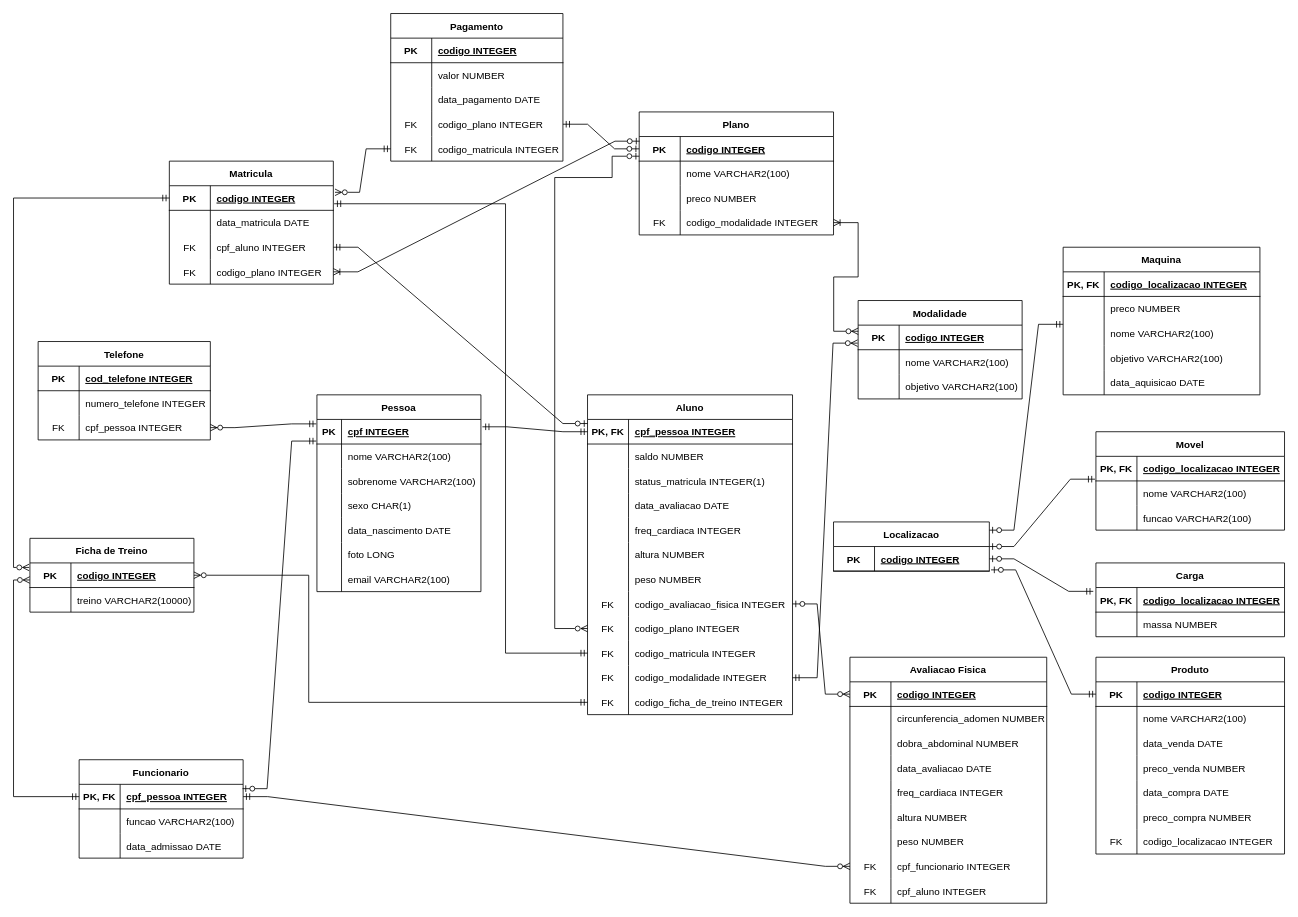
Above: GymDataBaseModel.drawio in williamdistler/GymDataBaseModel (draw.io), before the change. Source tidied: cells renumbered, new cells numbered last; positions are measured from the earlier drawing's top-left corner, leaving out a move shared by most shapes. Both pictures are drawn from the tidied source at 82%, with x=0, y=0 at pixel (30, 13).
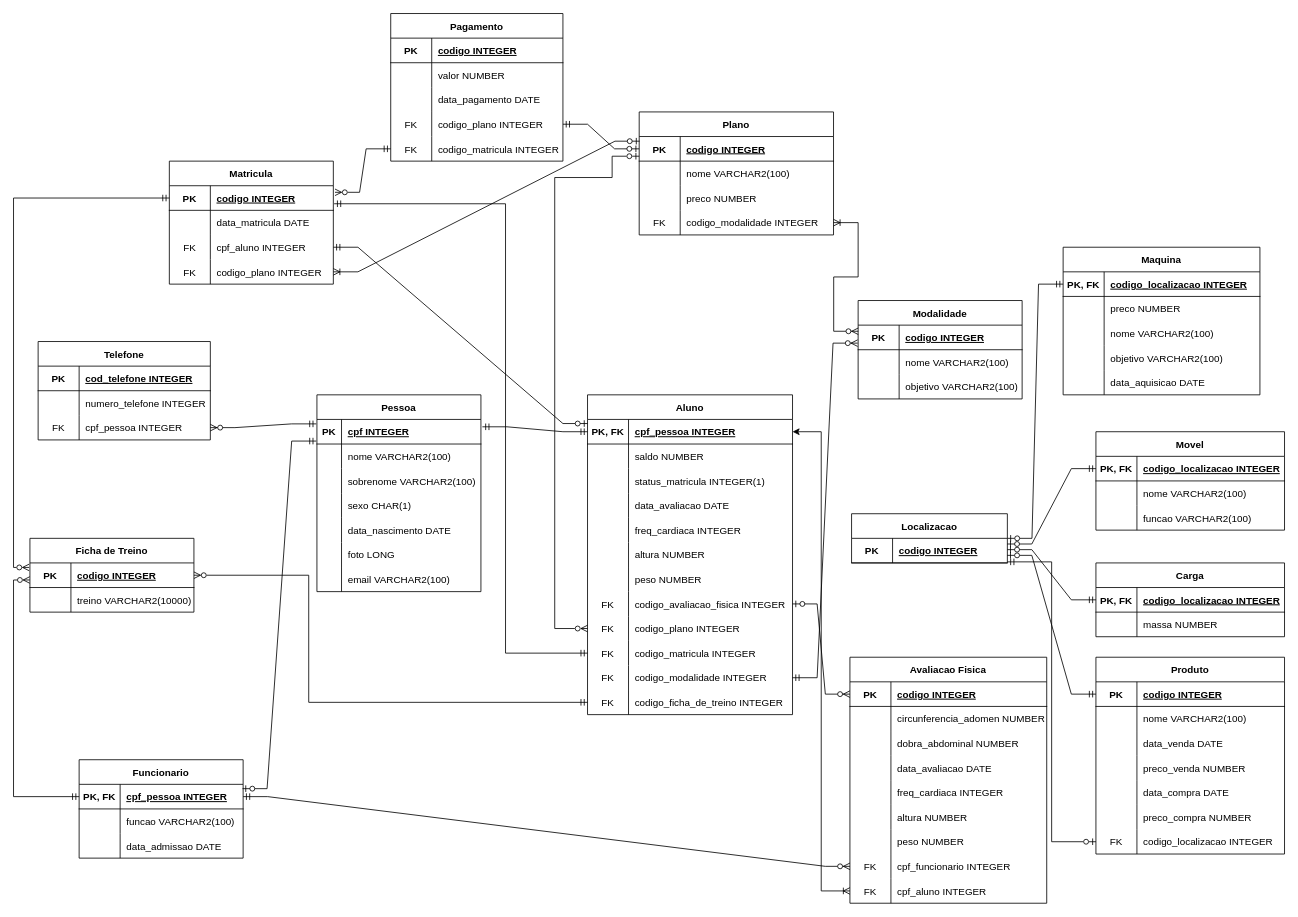
The same diagram, later.

Commit message:
FIX: Correções de tabelas e relacionamentos.

Unchanged cells that the change refers to:
```xml
<mxCell id="70" style="shape=tableRow;horizontal=0;startSize=0;swimlaneHead=0;swimlaneBody=0;fillColor=none;points=[[0,0.5],[1,0.5]];portConstraint=eastwest;top=0;left=0;right=0;bottom=0;" parent="45" vertex="1">
  <mxGeometry y="270" width="240" height="30" as="geometry" />
</mxCell>
<mxCell id="75" style="shape=tableRow;horizontal=0;startSize=0;swimlaneHead=0;swimlaneBody=0;fillColor=none;points=[[0,0.5],[1,0.5]];portConstraint=eastwest;top=0;left=0;right=0;bottom=1;" parent="74" vertex="1">
  <mxGeometry y="30" width="250" height="30" as="geometry" />
</mxCell>
<mxCell id="180" style="shape=tableRow;horizontal=0;startSize=0;swimlaneHead=0;swimlaneBody=0;fillColor=none;points=[[0,0.5],[1,0.5]];portConstraint=eastwest;top=0;left=0;right=0;bottom=1;" parent="179" vertex="1">
  <mxGeometry y="30" width="190" height="30" as="geometry" />
</mxCell>
<mxCell id="184" style="shape=tableRow;horizontal=0;startSize=0;swimlaneHead=0;swimlaneBody=0;fillColor=none;points=[[0,0.5],[1,0.5]];portConstraint=eastwest;top=0;left=0;right=0;bottom=1;" parent="183" vertex="1">
  <mxGeometry y="30" width="230" height="30" as="geometry" />
</mxCell>
<mxCell id="202" style="shape=tableRow;horizontal=0;startSize=0;swimlaneHead=0;swimlaneBody=0;fillColor=none;points=[[0,0.5],[1,0.5]];portConstraint=eastwest;top=0;left=0;right=0;bottom=0;" parent="183" vertex="1">
  <mxGeometry y="210" width="230" height="30" as="geometry" />
</mxCell>
<mxCell id="207" style="shape=tableRow;horizontal=0;startSize=0;swimlaneHead=0;swimlaneBody=0;fillColor=none;points=[[0,0.5],[1,0.5]];portConstraint=eastwest;top=0;left=0;right=0;bottom=1;" parent="206" vertex="1">
  <mxGeometry y="30" width="240" height="30" as="geometry" />
</mxCell>
<mxCell id="213" style="shape=tableRow;horizontal=0;startSize=0;swimlaneHead=0;swimlaneBody=0;fillColor=none;points=[[0,0.5],[1,0.5]];portConstraint=eastwest;top=0;left=0;right=0;bottom=0;" parent="206" vertex="1">
  <mxGeometry y="90" width="240" height="30" as="geometry" />
</mxCell>
<mxCell id="224" style="shape=tableRow;horizontal=0;startSize=0;swimlaneHead=0;swimlaneBody=0;fillColor=none;points=[[0,0.5],[1,0.5]];portConstraint=eastwest;top=0;left=0;right=0;bottom=1;" parent="223" vertex="1">
  <mxGeometry y="30" width="230" height="30" as="geometry" />
</mxCell>
<mxCell id="232" style="shape=tableRow;horizontal=0;startSize=0;swimlaneHead=0;swimlaneBody=0;fillColor=none;points=[[0,0.5],[1,0.5]];portConstraint=eastwest;top=0;left=0;right=0;bottom=1;" parent="231" vertex="1">
  <mxGeometry y="30" width="230" height="30" as="geometry" />
</mxCell>
```

Change to the diagram source:
```diff
@@
     <mxCell id="179" value="Localizacao" style="shape=table;startSize=30;childLayout=tableLayout;rowLines=0;fontStyle=1;align=center;" parent="1" vertex="1">
-      <mxGeometry x="980" y="620" width="190" height="60" as="geometry" />
+      <mxGeometry x="1002" y="610" width="190" height="60" as="geometry" />
     </mxCell>
@@
-    <mxCell id="205" style="edgeStyle=entityRelationEdgeStyle;fontSize=12;html=1;endArrow=ERzeroToOne;startArrow=ERmandOne;rounded=0;entryX=1.011;entryY=0.949;entryDx=0;entryDy=0;exitX=0;exitY=0.5;exitDx=0;exitDy=0;entryPerimeter=0;" parent="1" edge="1" source="184" target="180">
+    <mxCell id="205" style="edgeStyle=entityRelationEdgeStyle;fontSize=12;html=1;endArrow=ERzeroToOne;startArrow=ERmandOne;rounded=0;entryX=0.999;entryY=0.692;entryDx=0;entryDy=0;exitX=0;exitY=0.5;exitDx=0;exitDy=0;entryPerimeter=0;" parent="1" edge="1" source="184" target="180">
       <mxGeometry relative="1" as="geometry" />
     </mxCell>
@@
-    <mxCell id="222" style="edgeStyle=entityRelationEdgeStyle;fontSize=12;html=1;endArrow=ERzeroToOne;startArrow=ERmandOne;rounded=0;exitX=0;exitY=0.133;exitDx=0;exitDy=0;entryX=1;entryY=0.167;entryDx=0;entryDy=0;entryPerimeter=0;exitPerimeter=0;" parent="1" edge="1" source="213" target="179">
+    <mxCell id="222" style="edgeStyle=entityRelationEdgeStyle;fontSize=12;html=1;endArrow=ERzeroToOne;startArrow=ERmandOne;rounded=0;exitX=0;exitY=0.5;exitDx=0;exitDy=0;entryX=1;entryY=0.5;entryDx=0;entryDy=0;" parent="1" edge="1" source="207" target="179">
       <mxGeometry relative="1" as="geometry" />
     </mxCell>
@@
-    <mxCell id="230" style="edgeStyle=entityRelationEdgeStyle;fontSize=12;html=1;endArrow=ERzeroToOne;startArrow=ERmandOne;rounded=0;exitX=-0.014;exitY=0.155;exitDx=0;exitDy=0;entryX=1;entryY=0.5;entryDx=0;entryDy=0;exitPerimeter=0;" parent="1" edge="1" source="224" target="180">
+    <mxCell id="230" style="edgeStyle=entityRelationEdgeStyle;fontSize=12;html=1;endArrow=ERzeroToOne;startArrow=ERmandOne;rounded=0;exitX=0;exitY=0.5;exitDx=0;exitDy=0;entryX=0.999;entryY=0.46;entryDx=0;entryDy=0;entryPerimeter=0;" parent="1" edge="1" source="224" target="180">
       <mxGeometry relative="1" as="geometry" />
     </mxCell>
@@
-    <mxCell id="241" style="edgeStyle=entityRelationEdgeStyle;fontSize=12;html=1;endArrow=ERzeroToOne;startArrow=ERmandOne;rounded=0;exitX=-0.005;exitY=0.929;exitDx=0;exitDy=0;entryX=1;entryY=0.5;entryDx=0;entryDy=0;exitPerimeter=0;" parent="1" edge="1" source="232" target="179">
+    <mxCell id="241" style="edgeStyle=entityRelationEdgeStyle;fontSize=12;html=1;endArrow=ERzeroToOne;startArrow=ERmandOne;rounded=0;exitX=0;exitY=0.5;exitDx=0;exitDy=0;entryX=0.999;entryY=0.231;entryDx=0;entryDy=0;entryPerimeter=0;" parent="1" edge="1" source="232" target="180">
       <mxGeometry relative="1" as="geometry" />
     </mxCell>
@@
+    <mxCell id="247" style="edgeStyle=orthogonalEdgeStyle;rounded=0;jettySize=auto;html=1;entryX=1;entryY=0.5;entryDx=0;entryDy=0;startArrow=ERoneToMany;startFill=0;" parent="1" edge="1" source="70" target="75">
+      <mxGeometry relative="1" as="geometry" />
+    </mxCell>
+    <mxCell id="248" style="edgeStyle=orthogonalEdgeStyle;rounded=0;jettySize=auto;html=1;entryX=1;entryY=0.957;entryDx=0;entryDy=0;entryPerimeter=0;startArrow=ERzeroToOne;startFill=0;endArrow=ERmandOne;endFill=0;" parent="1" edge="1" source="202" target="180">
+      <mxGeometry relative="1" as="geometry" />
+    </mxCell>
```
